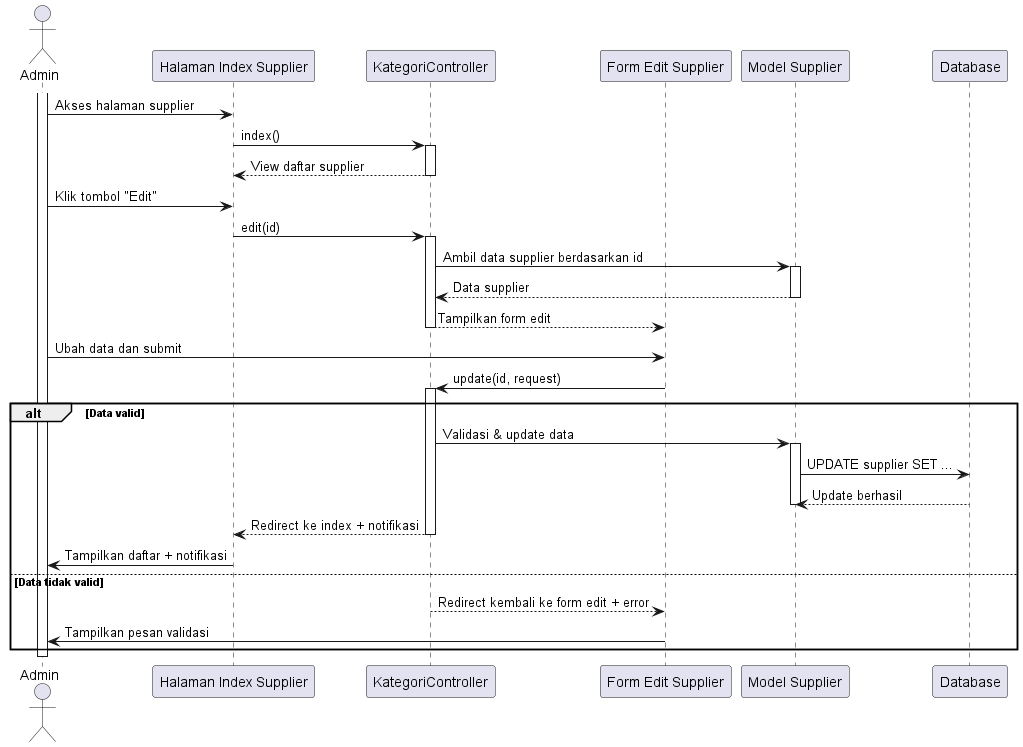
Before: out/sequence diagram/supplier/mengedit_supplier/mengedit_supplier.png, a diagram exported from PlantUML (tengahcang/UML_TA).
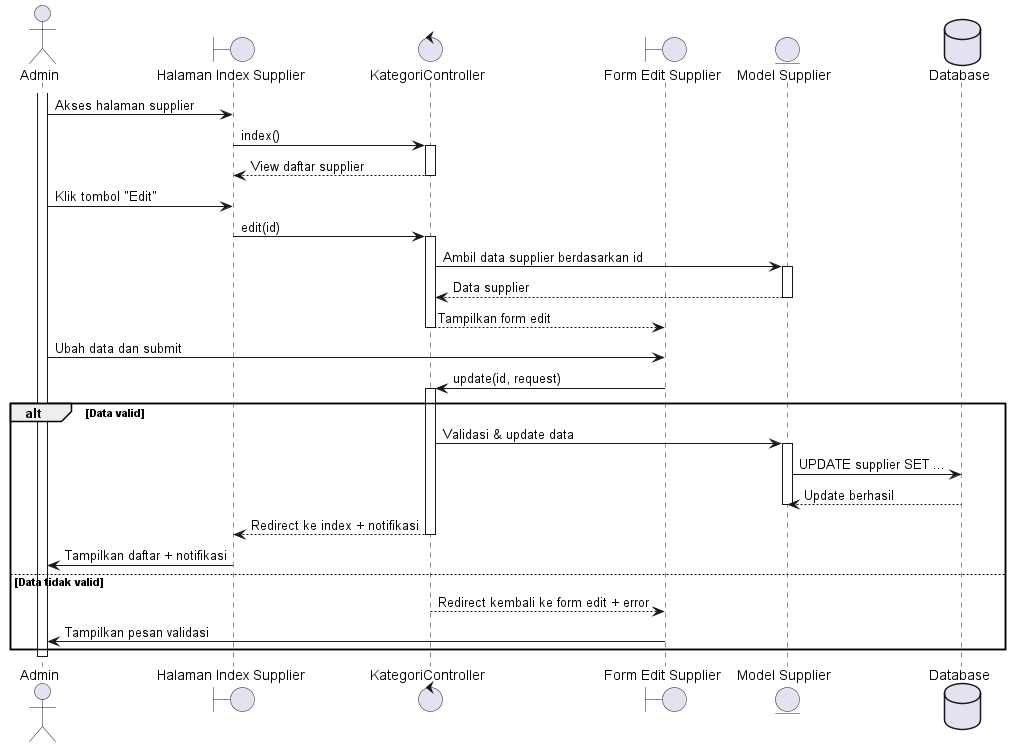
The same file after the commit.

What changed in the source:
```diff
@@ -1,11 +1,11 @@
 @startuml
 actor Admin
 
-participant "Halaman Index Supplier" as KategoriIndex
-participant "KategoriController" as Controller
-participant "Form Edit Supplier" as EditForm
-participant "Model Supplier" as KategoriModel
-participant "Database" as DB
+boundary "Halaman Index Supplier" as KategoriIndex
+control "KategoriController" as Controller
+boundary "Form Edit Supplier" as EditForm
+entity "Model Supplier" as KategoriModel
+database "Database" as DB
 
 activate Admin
 Admin -> KategoriIndex: Akses halaman supplier
```
